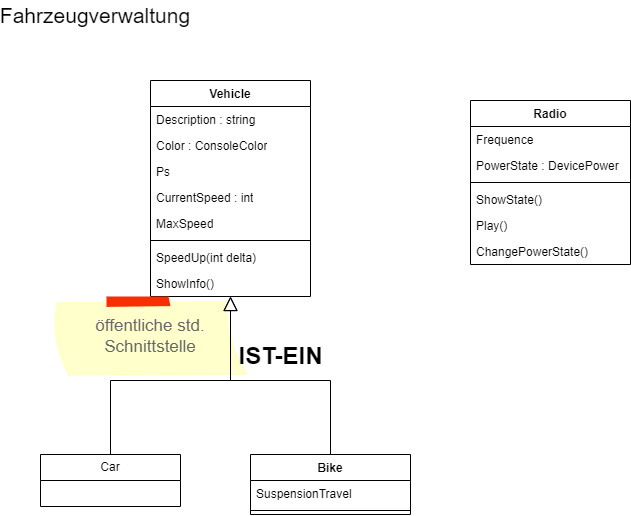
Above: src/20231109/Classdiagram_VehicelAndRadio.drawio.png in atillakati/sw_developer_2023_trainer (draw.io), before the change. Source tidied: cells renumbered, new cells last; positions are measured from the earlier drawing's top-left corner, leaving out a move shared by most shapes.
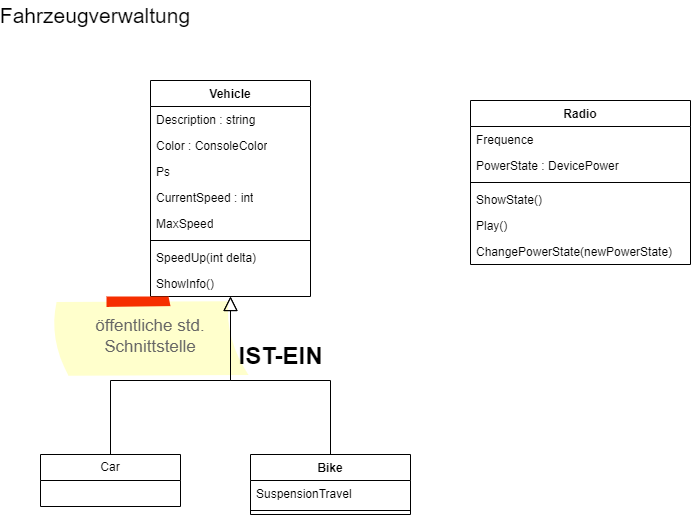
Later version of the same file.

The edit, as a diff of the source:
```diff
@@ -57,25 +57,25 @@
       <mxGeometry x="20" y="454" width="140" height="52" as="geometry" />
     </mxCell>
     <mxCell id="20" value="Radio" style="swimlane;fontStyle=1;align=center;verticalAlign=top;horizontal=1;startSize=26;" parent="1" vertex="1">
-      <mxGeometry x="450" y="100" width="160" height="164" as="geometry" />
+      <mxGeometry x="450" y="100" width="220" height="164" as="geometry" />
     </mxCell>
     <mxCell id="21" value="Frequence" style="text;strokeColor=none;fillColor=none;align=left;verticalAlign=top;spacingLeft=4;spacingRight=4;overflow=hidden;" parent="20" vertex="1">
-      <mxGeometry y="26" width="160" height="26" as="geometry" />
+      <mxGeometry y="26" width="220" height="26" as="geometry" />
     </mxCell>
     <mxCell id="22" value="PowerState : DevicePower" style="text;strokeColor=none;fillColor=none;align=left;verticalAlign=top;spacingLeft=4;spacingRight=4;overflow=hidden;" parent="20" vertex="1">
-      <mxGeometry y="52" width="160" height="26" as="geometry" />
+      <mxGeometry y="52" width="220" height="26" as="geometry" />
     </mxCell>
     <mxCell id="23" style="line;strokeWidth=1;fillColor=none;align=left;verticalAlign=middle;spacingTop=-1;spacingLeft=3;spacingRight=3;labelPosition=right;strokeColor=inherit;" parent="20" vertex="1">
-      <mxGeometry y="78" width="160" height="8" as="geometry" />
+      <mxGeometry y="78" width="220" height="8" as="geometry" />
     </mxCell>
     <mxCell id="24" value="ShowState()" style="text;strokeColor=none;fillColor=none;align=left;verticalAlign=top;spacingLeft=4;spacingRight=4;overflow=hidden;" parent="20" vertex="1">
-      <mxGeometry y="86" width="160" height="26" as="geometry" />
+      <mxGeometry y="86" width="220" height="26" as="geometry" />
     </mxCell>
     <mxCell id="25" value="Play()" style="text;strokeColor=none;fillColor=none;align=left;verticalAlign=top;spacingLeft=4;spacingRight=4;overflow=hidden;" parent="20" vertex="1">
-      <mxGeometry y="112" width="160" height="26" as="geometry" />
+      <mxGeometry y="112" width="220" height="26" as="geometry" />
     </mxCell>
-    <mxCell id="26" value="ChangePowerState()" style="text;strokeColor=none;fillColor=none;align=left;verticalAlign=top;spacingLeft=4;spacingRight=4;overflow=hidden;" parent="20" vertex="1">
-      <mxGeometry y="138" width="160" height="26" as="geometry" />
+    <mxCell id="26" value="ChangePowerState(newPowerState)" style="text;strokeColor=none;fillColor=none;align=left;verticalAlign=top;spacingLeft=4;spacingRight=4;overflow=hidden;" parent="20" vertex="1">
+      <mxGeometry y="138" width="220" height="26" as="geometry" />
     </mxCell>
   </root>
 </mxGraphModel>
```
